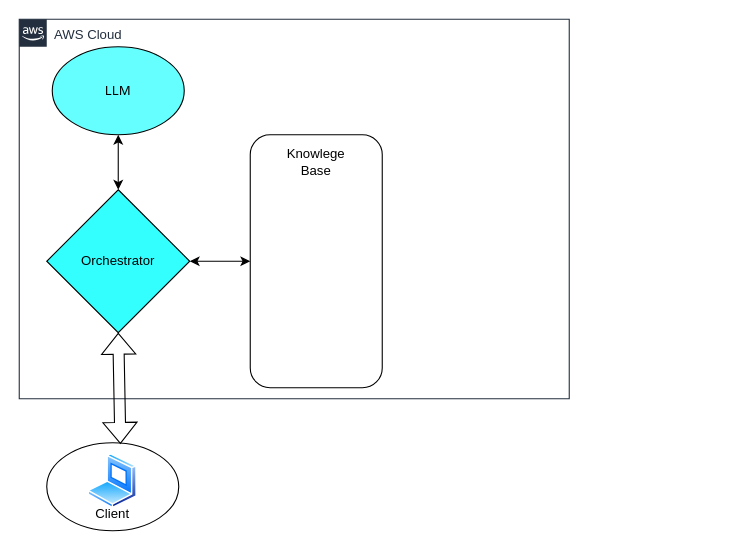
The draw.io diagram bedrock.drawio in FaberioFio/test_azure, before the edit. Source tidied: cells renumbered, new cells numbered last; positions are measured from the earlier drawing's top-left corner, leaving out a move shared by most shapes. Both pictures are drawn from the tidied source at 110%, with x=0, y=0 at pixel (19, 19).
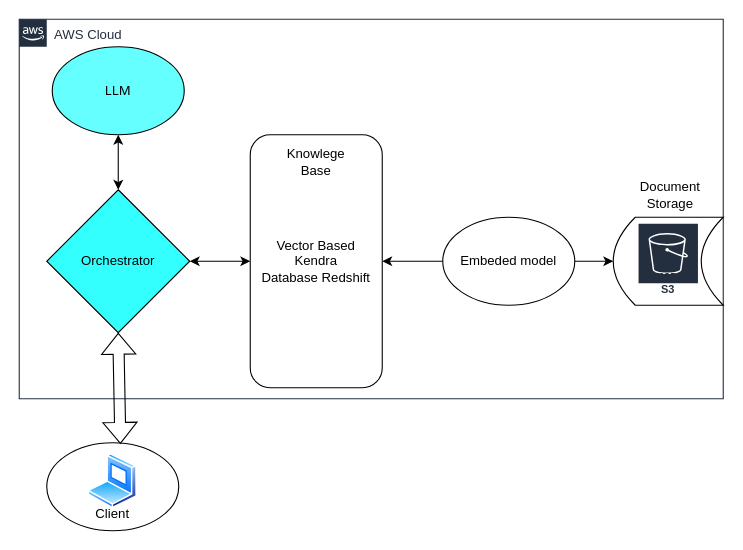
After the change.

What changed in the source:
```diff
@@
 <mxGraphModel>
   <root>
     <mxCell id="0" />
     <mxCell id="1" parent="0" />
     <mxCell id="2" value="&lt;font face=&quot;Tahoma&quot;&gt;LLM&lt;/font&gt;" style="ellipse;whiteSpace=wrap;html=1;fillColor=#66FFFF;" parent="1" vertex="1">
       <mxGeometry x="30" y="25" width="120" height="80" as="geometry" />
     </mxCell>
     <mxCell id="3" style="endArrow=classic;startArrow=classic;html=1;rounded=0;exitX=0.5;exitY=0;exitDx=0;exitDy=0;entryX=0.5;entryY=1;entryDx=0;entryDy=0;" parent="1" edge="1" source="6" target="2">
       <mxGeometry relative="1" as="geometry" />
     </mxCell>
     <mxCell id="4" value="AWS Cloud" style="gradientColor=none;html=1;whiteSpace=wrap;fontSize=12;fontStyle=0;shape=mxgraph.aws4.group;grIcon=mxgraph.aws4.group_aws_cloud_alt;strokeColor=#232F3E;fillColor=none;verticalAlign=top;align=left;spacingLeft=30;fontColor=#232F3E;dashed=0;" parent="1" vertex="1">
-      <mxGeometry width="500" height="345" as="geometry" />
+      <mxGeometry width="640" height="345" as="geometry" />
     </mxCell>
-    <mxCell id="5" style="rounded=1;whiteSpace=wrap;html=1;" parent="4" vertex="1">
+    <mxCell id="5" value="Vector Based&lt;div&gt;Kendra&lt;/div&gt;&lt;div&gt;Database Redshift&lt;/div&gt;" style="rounded=1;whiteSpace=wrap;html=1;" parent="4" vertex="1">
       <mxGeometry x="210" y="105" width="120" height="230" as="geometry" />
     </mxCell>
     <mxCell id="6" value="Orchestrator" style="rhombus;whiteSpace=wrap;html=1;fillColor=#33FFFF;" parent="4" vertex="1">
       <mxGeometry x="25" y="155" width="130" height="130" as="geometry" />
     </mxCell>
     <mxCell id="7" style="endArrow=classic;startArrow=classic;html=1;rounded=0;exitX=1;exitY=0.5;exitDx=0;exitDy=0;entryX=0;entryY=0.5;entryDx=0;entryDy=0;" parent="4" edge="1" source="6" target="5">
       <mxGeometry relative="1" as="geometry" />
     </mxCell>
     <mxCell id="8" value="Knowlege Base" style="text;html=1;align=center;verticalAlign=middle;whiteSpace=wrap;rounded=0;" parent="4" vertex="1">
       <mxGeometry x="240" y="115" width="60" height="30" as="geometry" />
     </mxCell>
+    <mxCell id="14" style="edgeStyle=orthogonalEdgeStyle;rounded=0;jettySize=auto;html=1;" parent="4" edge="1" source="16" target="5">
+      <mxGeometry relative="1" as="geometry" />
+    </mxCell>
+    <mxCell id="15" style="edgeStyle=orthogonalEdgeStyle;rounded=0;jettySize=auto;html=1;" parent="4" edge="1" source="16" target="17">
+      <mxGeometry relative="1" as="geometry" />
+    </mxCell>
+    <mxCell id="16" value="Embeded model" style="ellipse;whiteSpace=wrap;html=1;" parent="4" vertex="1">
+      <mxGeometry x="385" y="180" width="120" height="80" as="geometry" />
+    </mxCell>
+    <mxCell id="17" style="shape=dataStorage;whiteSpace=wrap;html=1;fixedSize=1;" parent="4" vertex="1">
+      <mxGeometry x="540" y="180" width="100" height="80" as="geometry" />
+    </mxCell>
+    <mxCell id="18" value="Amazon S3" style="sketch=0;fontColor=#232F3E;gradientColor=none;strokeColor=#ffffff;fillColor=#232F3E;dashed=0;verticalLabelPosition=middle;verticalAlign=bottom;align=center;html=1;whiteSpace=wrap;fontSize=10;fontStyle=1;spacing=3;shape=mxgraph.aws4.productIcon;prIcon=mxgraph.aws4.s3;" parent="4" vertex="1">
+      <mxGeometry x="562" y="185" width="56" height="70" as="geometry" />
+    </mxCell>
+    <mxCell id="19" value="Document&lt;div&gt;Storage&lt;/div&gt;" style="text;html=1;align=center;verticalAlign=middle;whiteSpace=wrap;rounded=0;" parent="4" vertex="1">
+      <mxGeometry x="562" y="145" width="60" height="30" as="geometry" />
+    </mxCell>
     <mxCell id="9" style="group;" parent="1" vertex="1">
       <mxGeometry x="25" y="385" width="120" height="80" as="geometry" />
     </mxCell>
     <mxCell id="10" style="ellipse;whiteSpace=wrap;html=1;" parent="9" vertex="1">
       <mxGeometry width="120" height="80" as="geometry" />
     </mxCell>
     <mxCell id="11" style="image;perimeter=ellipsePerimeter;html=1;align=center;shadow=0;dashed=0;spacingTop=3;image=img/lib/active_directory/laptop_client.svg;" parent="9" vertex="1">
       <mxGeometry x="37.5" y="10" width="45" height="50" as="geometry" />
     </mxCell>
     <mxCell id="12" value="Client" style="text;html=1;align=center;verticalAlign=middle;whiteSpace=wrap;rounded=0;" parent="9" vertex="1">
       <mxGeometry x="30" y="50" width="60" height="30" as="geometry" />
     </mxCell>
     <mxCell id="13" style="shape=flexArrow;endArrow=classic;startArrow=classic;html=1;rounded=0;entryX=0.5;entryY=1;entryDx=0;entryDy=0;exitX=0.558;exitY=0.013;exitDx=0;exitDy=0;exitPerimeter=0;" parent="1" edge="1" source="10" target="6">
       <mxGeometry relative="1" as="geometry" />
     </mxCell>
   </root>
 </mxGraphModel>
```
